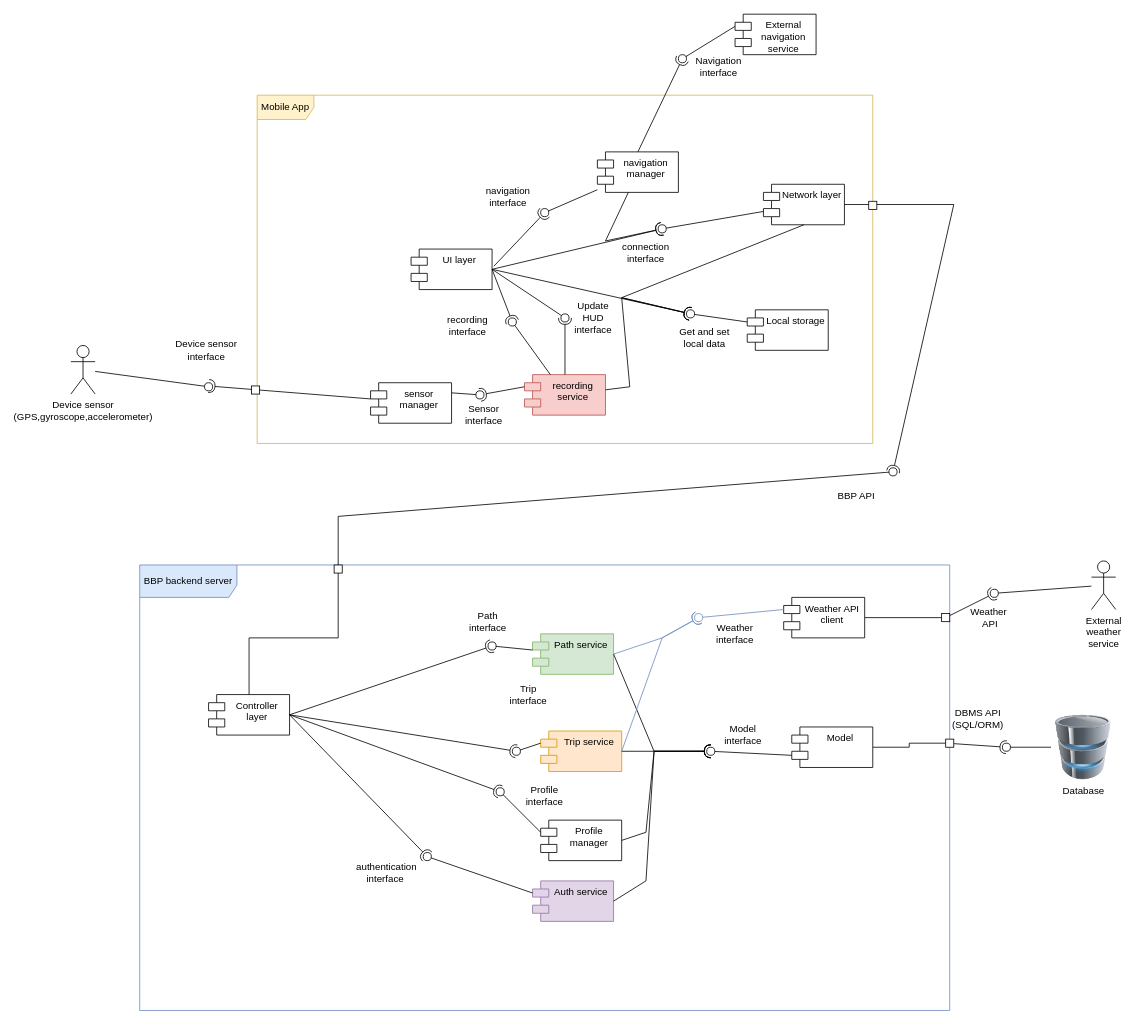
Above: page "Complete_low_level_diagram" (3 of 7) of DD/LaTeXCode/images/drawio/Component_diagram.drawio in jacopobellosi/Bellosi-Montanelli-Tempobono (draw.io), before the change. Source tidied: cells renumbered, new cells numbered last; positions are measured from the earlier drawing's top-left corner, leaving out a move shared by most shapes. Both pictures are drawn from the tidied source at 81%, with x=0, y=0 at pixel (70, 14).
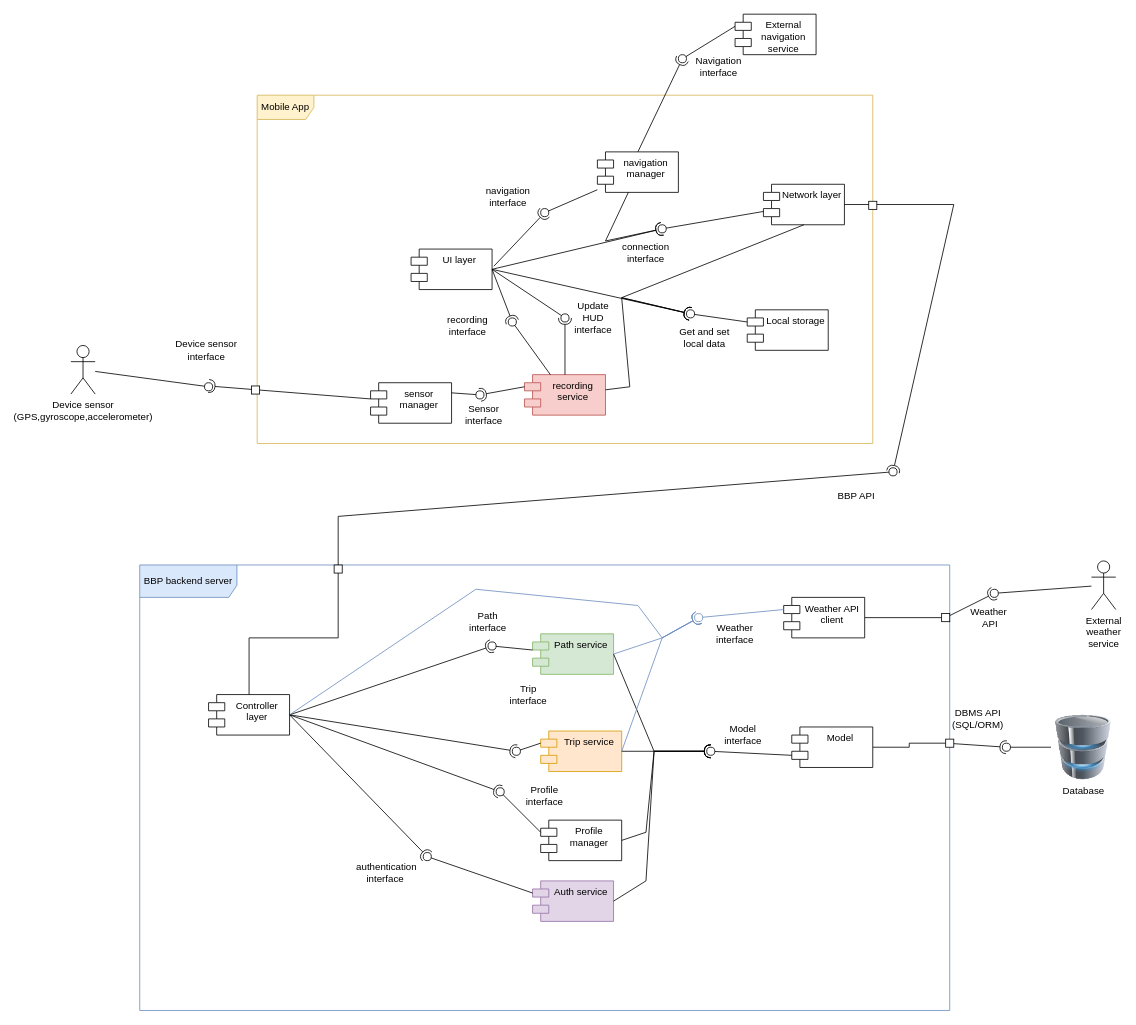
The same diagram, later.

The change refers to these unchanged cells:
```xml
<mxCell id="26" value="Controller layer" style="shape=module;align=left;spacingLeft=20;align=center;verticalAlign=top;whiteSpace=wrap;html=1;" parent="1" vertex="1">
  <mxGeometry x="170" y="840" width="100" height="50" as="geometry" />
</mxCell>
<mxCell id="54" style="ellipse;whiteSpace=wrap;html=1;align=center;fillColor=none;strokeColor=none;perimeter=centerPerimeter;points=[];outlineConnect=1;" parent="1" vertex="1">
  <mxGeometry x="770" y="740" width="10" height="10" as="geometry" />
</mxCell>
```

The edit, as a diff of the source:
```diff
@@
+    <mxCell id="122" style="rounded=0;jettySize=auto;html=1;endArrow=halfCircle;endFill=0;endSize=6;strokeWidth=1;sketch=0;exitX=1;exitY=0.5;exitDx=0;exitDy=0;fillColor=#dae8fc;strokeColor=#6c8ebf;entryX=0.57;entryY=0.12;entryDx=0;entryDy=0;entryPerimeter=0;" parent="1" edge="1" source="26" target="54">
+      <mxGeometry relative="1" as="geometry">
+        <Array as="points">
+          <mxPoint x="500" y="710" />
+          <mxPoint x="700" y="730" />
+          <mxPoint x="730" y="770" />
+        </Array>
+      </mxGeometry>
+    </mxCell>
```
